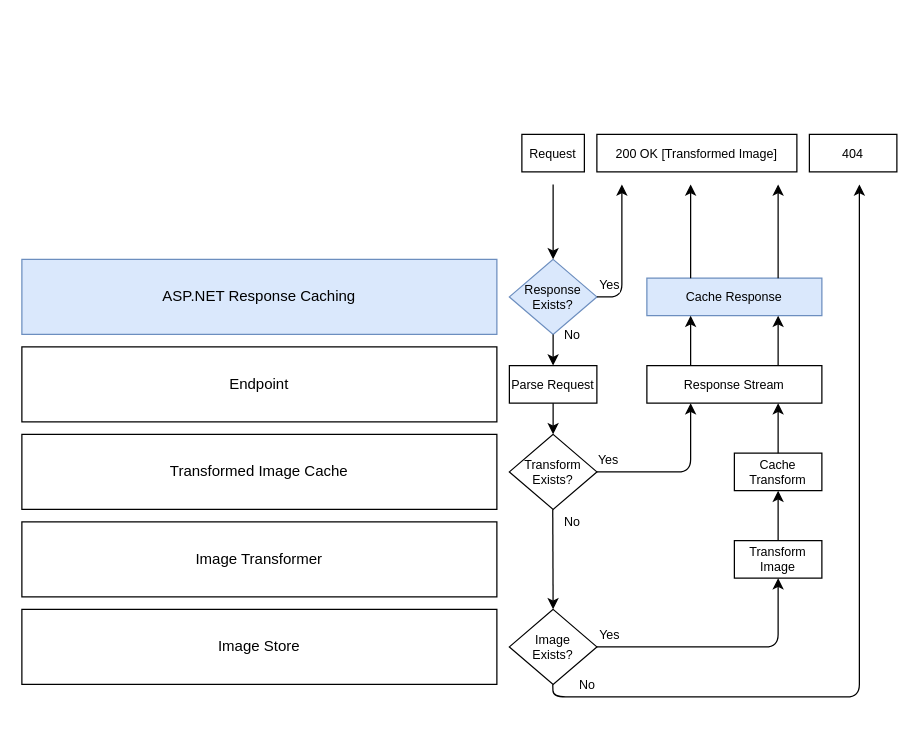
This is docs/Architecture Layers and Flow.drawio from graemejob/atom-challenge, a draw.io file, before an edit. Source tidied: cells renumbered, new cells numbered last; positions are measured from the earlier drawing's top-left corner, leaving out a move shared by most shapes. Both pictures are drawn from the tidied source at 125%, with x=0, y=0 at pixel (21, 134).
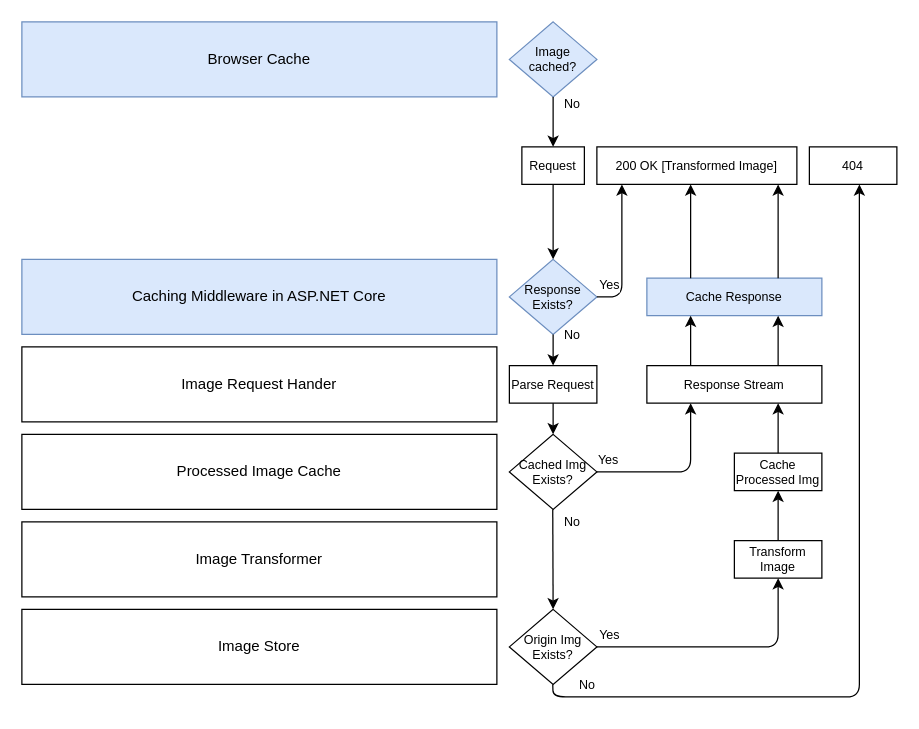
The same diagram, later.

Commit message (it also covers changes not shown here):
Polished up the diagrams

Diff of the diagram source:
```diff
@@
     <mxCell id="2" value="Request" style="rounded=0;whiteSpace=wrap;html=1;fontSize=10;" parent="1" vertex="1">
-      <mxGeometry x="400" width="50" height="30" as="geometry" />
+      <mxGeometry x="400" y="10" width="50" height="30" as="geometry" />
     </mxCell>
-    <mxCell id="3" value="ASP.NET Response Caching" style="rounded=0;whiteSpace=wrap;html=1;fillColor=#dae8fc;strokeColor=#6c8ebf;" parent="1" vertex="1">
+    <mxCell id="3" value="Caching Middleware in ASP.NET Core" style="rounded=0;whiteSpace=wrap;html=1;fillColor=#dae8fc;strokeColor=#6c8ebf;" parent="1" vertex="1">
       <mxGeometry y="100" width="380" height="60" as="geometry" />
     </mxCell>
-    <mxCell id="4" value="Endpoint" style="rounded=0;whiteSpace=wrap;html=1;" parent="1" vertex="1">
+    <mxCell id="4" value="Image Request Hander" style="rounded=0;whiteSpace=wrap;html=1;" parent="1" vertex="1">
       <mxGeometry y="170" width="380" height="60" as="geometry" />
     </mxCell>
-    <mxCell id="5" value="Transformed Image Cache" style="rounded=0;whiteSpace=wrap;html=1;" parent="1" vertex="1">
+    <mxCell id="5" value="Processed Image Cache" style="rounded=0;whiteSpace=wrap;html=1;" parent="1" vertex="1">
       <mxGeometry y="240" width="380" height="60" as="geometry" />
     </mxCell>
@@
-    <mxCell id="9" value="Transform Exists?" style="rhombus;whiteSpace=wrap;html=1;fontSize=10;" parent="1" vertex="1">
+    <mxCell id="9" value="Cached Img Exists?" style="rhombus;whiteSpace=wrap;html=1;fontSize=10;" parent="1" vertex="1">
       <mxGeometry x="390" y="240" width="70" height="60" as="geometry" />
     </mxCell>
-    <mxCell id="10" value="Image&lt;br&gt;Exists?" style="rhombus;whiteSpace=wrap;html=1;fontSize=10;" parent="1" vertex="1">
+    <mxCell id="10" value="Origin Img&lt;br&gt;Exists?" style="rhombus;whiteSpace=wrap;html=1;fontSize=10;" parent="1" vertex="1">
       <mxGeometry x="390" y="380" width="70" height="60" as="geometry" />
     </mxCell>
@@
-    <mxCell id="18" value="Cache Transform" style="rounded=0;whiteSpace=wrap;html=1;fontSize=10;" parent="1" vertex="1">
+    <mxCell id="18" value="Cache Processed Img" style="rounded=0;whiteSpace=wrap;html=1;fontSize=10;" parent="1" vertex="1">
       <mxGeometry x="570" y="255" width="70" height="30" as="geometry" />
     </mxCell>
@@
     <mxCell id="29" value="200 OK [Transformed Image]" style="rounded=0;whiteSpace=wrap;html=1;fontSize=10;" parent="1" vertex="1">
-      <mxGeometry x="460" width="160" height="30" as="geometry" />
+      <mxGeometry x="460" y="10" width="160" height="30" as="geometry" />
     </mxCell>
@@
     <mxCell id="31" value="404" style="rounded=0;whiteSpace=wrap;html=1;fontSize=10;" parent="1" vertex="1">
-      <mxGeometry x="630" width="70" height="30" as="geometry" />
+      <mxGeometry x="630" y="10" width="70" height="30" as="geometry" />
     </mxCell>
+    <mxCell id="32" value="Browser Cache" style="rounded=0;whiteSpace=wrap;html=1;fillColor=#dae8fc;strokeColor=#6c8ebf;" parent="1" vertex="1">
+      <mxGeometry y="-90" width="380" height="60" as="geometry" />
+    </mxCell>
+    <mxCell id="33" value="Image cached?" style="rhombus;whiteSpace=wrap;html=1;fontSize=10;fillColor=#dae8fc;strokeColor=#6c8ebf;" parent="1" vertex="1">
+      <mxGeometry x="390" y="-90" width="70" height="60" as="geometry" />
+    </mxCell>
+    <mxCell id="34" value="No" style="endArrow=classic;html=1;fontSize=10;exitX=0.5;exitY=1;exitDx=0;exitDy=0;" parent="1" edge="1" source="33">
+      <mxGeometry x="-0.75" y="15" relative="1" as="geometry">
+        <mxPoint x="425" y="10" as="targetPoint" />
+      </mxGeometry>
+    </mxCell>
```
